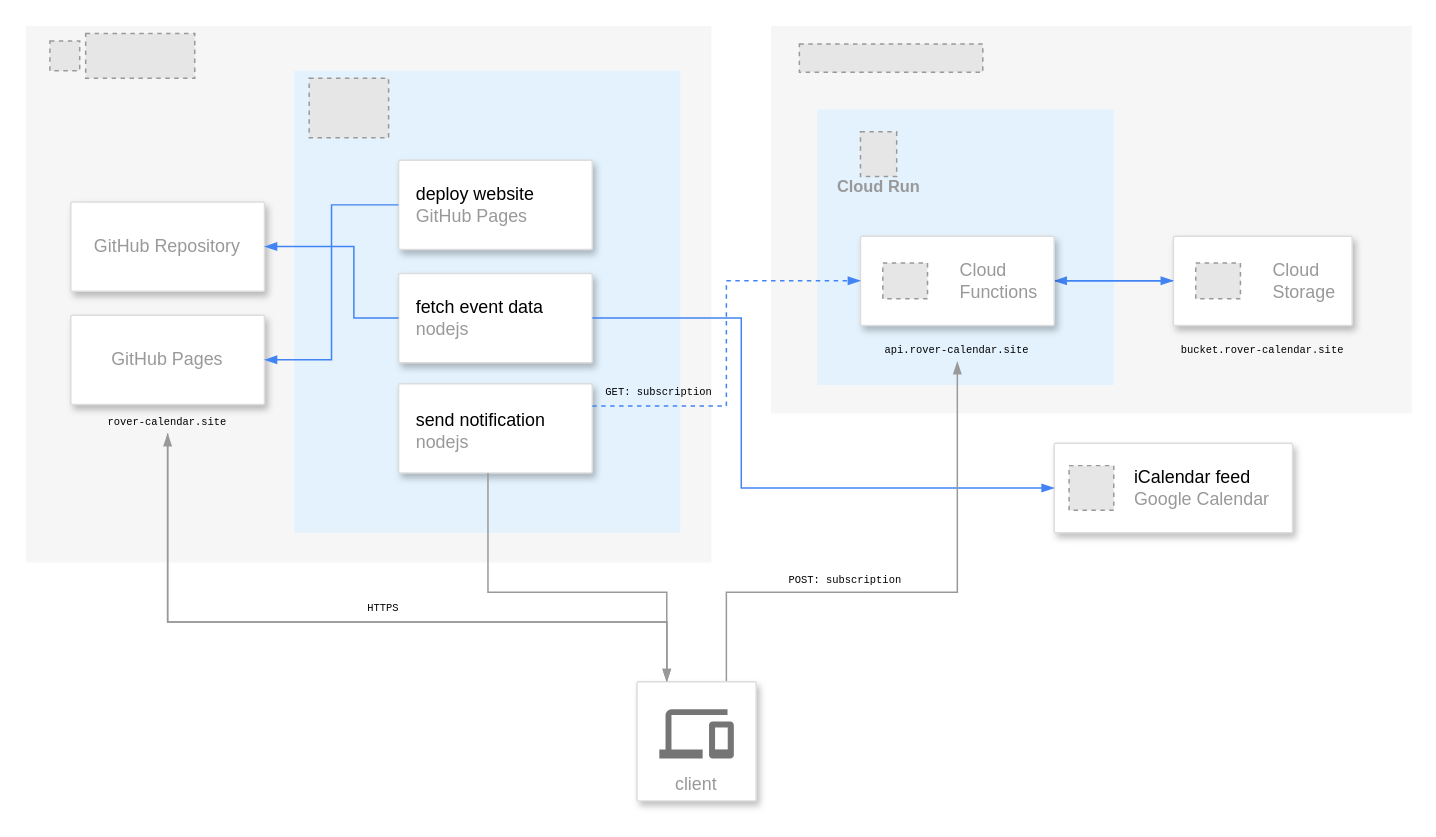
Before: assets/architecture/rover-calendar-architecture.drawio in fox-Nh133/rover-calendar, a draw.io diagram. Source tidied: cells renumbered, new cells numbered last; positions are measured from the earlier drawing's top-left corner, leaving out a move shared by most shapes. Both pictures are drawn from the tidied source at 149%, with x=0, y=0 at pixel (25, 25). Pictures stored in the file or linked from it are replaced by grey dashed boxes.
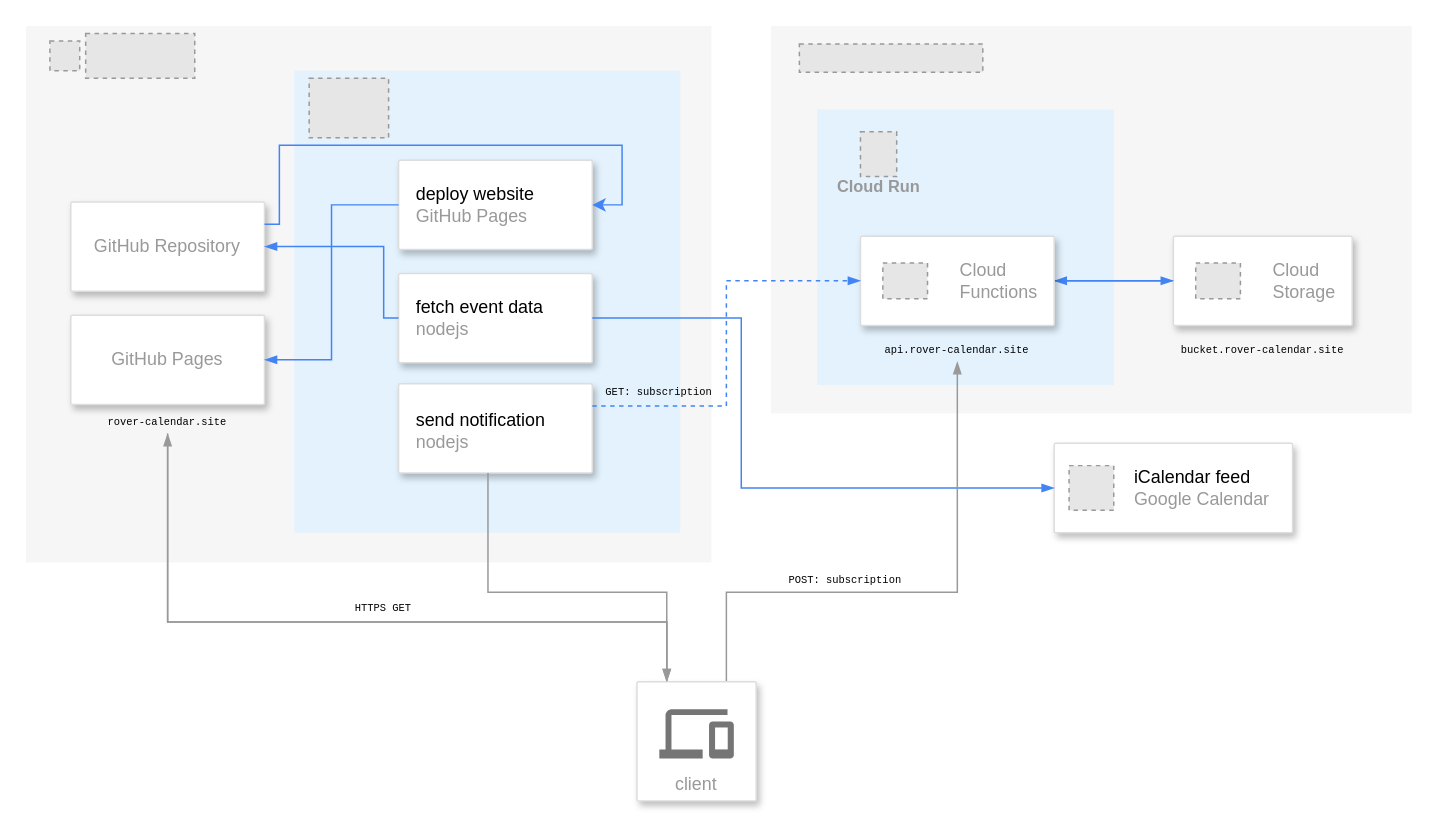
The same diagram, later.

Commit message (it also covers changes not shown here):
update architecture diagram

The change refers to these unchanged cells:
```xml
<mxCell id="27" style="strokeColor=#dddddd;shadow=1;strokeWidth=1;rounded=1;absoluteArcSize=1;arcSize=2;" parent="26" vertex="1">
  <mxGeometry width="130" height="60" as="geometry" />
</mxCell>
<mxCell id="30" style="strokeColor=#dddddd;shadow=1;strokeWidth=1;rounded=1;absoluteArcSize=1;arcSize=2;" parent="29" vertex="1">
  <mxGeometry x="10" width="130" height="60" as="geometry" />
</mxCell>
<mxCell id="33" style="strokeColor=#dddddd;shadow=1;strokeWidth=1;rounded=1;absoluteArcSize=1;arcSize=2;" parent="32" vertex="1">
  <mxGeometry width="130" height="60" as="geometry" />
</mxCell>
```

The edit, as a diff of the source:
```diff
@@
     <mxCell id="41" style="edgeStyle=orthogonalEdgeStyle;rounded=0;jettySize=auto;html=1;entryX=1;entryY=0.5;entryDx=0;entryDy=0;strokeColor=#4284F3;endArrow=blockThin;endFill=1;" parent="1" edge="1" source="30" target="27">
       <mxGeometry relative="1" as="geometry">
         <Array as="points">
-          <mxPoint x="220" y="196" />
-          <mxPoint x="220" y="148" />
+          <mxPoint x="240" y="196" />
+          <mxPoint x="240" y="148" />
         </Array>
       </mxGeometry>
     </mxCell>
@@
-    <mxCell id="49" value="&lt;font style=&quot;font-size: 7px;&quot; face=&quot;Courier New&quot;&gt;HTTPS&lt;/font&gt;" style="text;html=1;align=center;verticalAlign=middle;whiteSpace=wrap;rounded=0;" parent="1" vertex="1">
+    <mxCell id="49" value="&lt;font style=&quot;font-size: 7px;&quot; face=&quot;Courier New&quot;&gt;HTTPS GET&lt;/font&gt;" style="text;html=1;align=center;verticalAlign=middle;whiteSpace=wrap;rounded=0;" parent="1" vertex="1">
       <mxGeometry x="180" y="379.5" width="120" height="19.5" as="geometry" />
     </mxCell>
@@
+    <mxCell id="52" style="edgeStyle=orthogonalEdgeStyle;rounded=0;jettySize=auto;html=1;entryX=1;entryY=0.5;entryDx=0;entryDy=0;strokeColor=#4284F3;exitX=1;exitY=0.25;exitDx=0;exitDy=0;" parent="1" edge="1" source="27" target="33">
+      <mxGeometry relative="1" as="geometry">
+        <Array as="points">
+          <mxPoint x="170" y="133" />
+          <mxPoint x="170" y="80" />
+          <mxPoint x="400" y="80" />
+          <mxPoint x="400" y="120" />
+        </Array>
+      </mxGeometry>
+    </mxCell>
```
